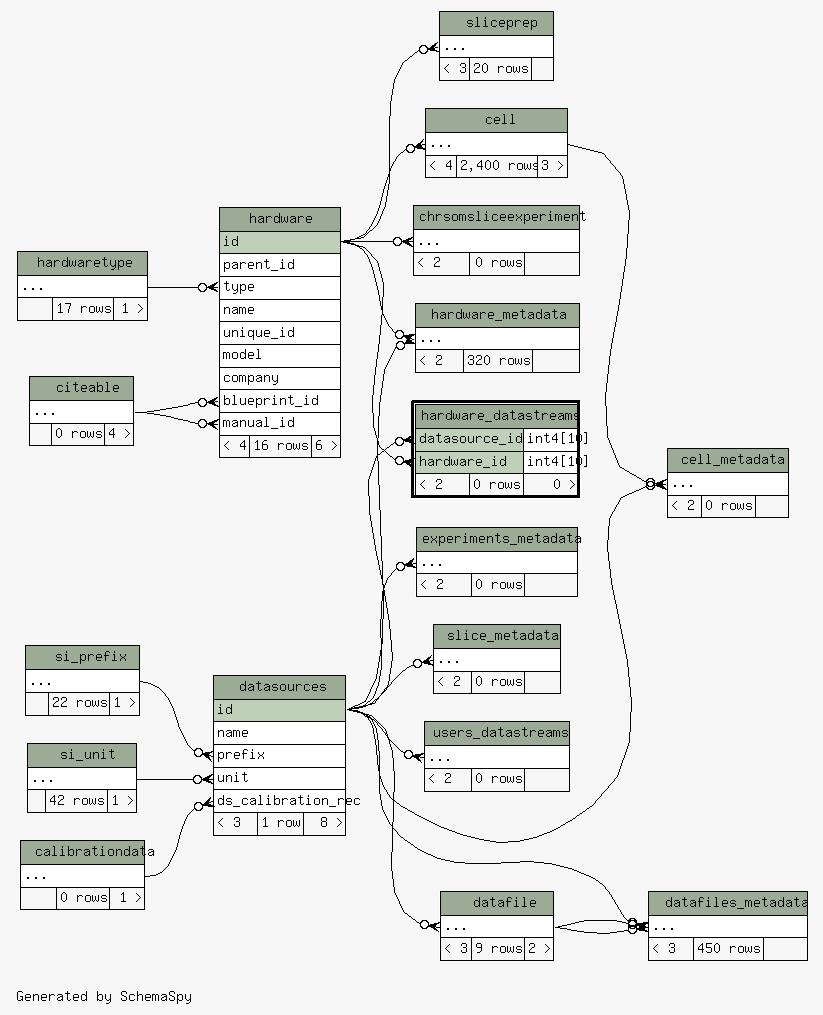
tgbugs/mlab keeps this Graphviz diagram as database/ss/diagrams/hardware_datastreams.2degrees.png. Above is the earlier version. Its source is kept beside it as database/ss/diagrams/hardware_datastreams.2degrees.dot.
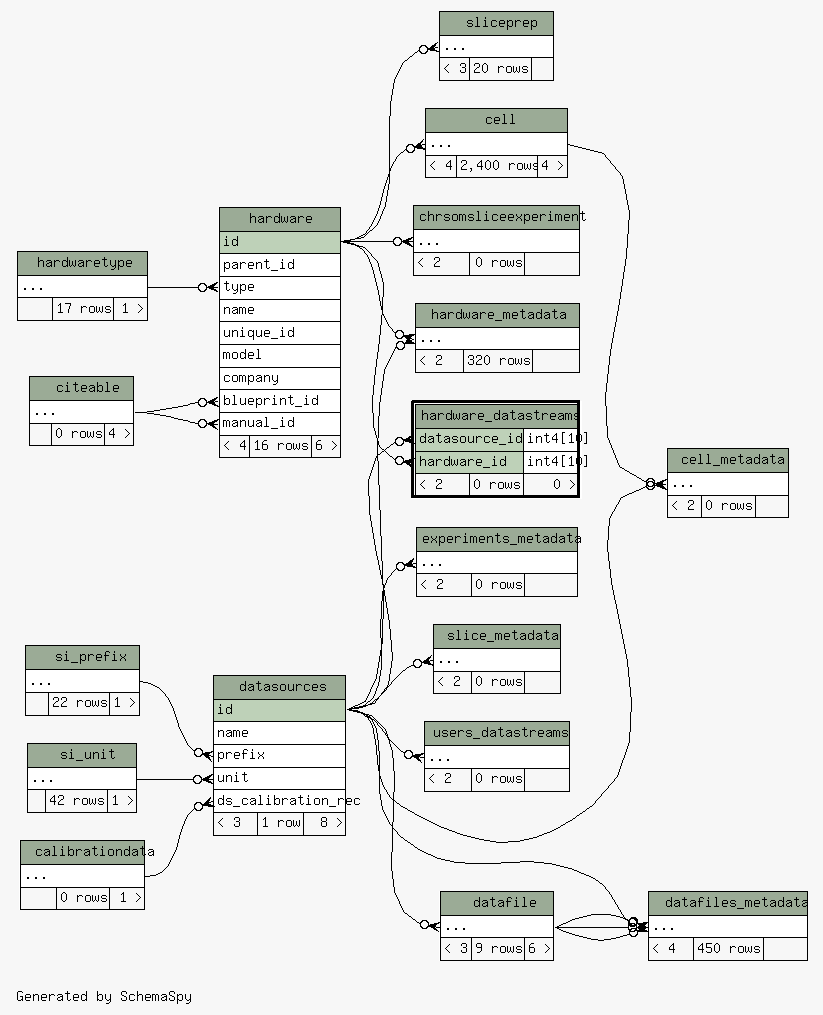
After the commit.

What changed in the source:
```diff
@@ -23,6 +23,7 @@
   "chrsomsliceexperiment":"elipses":w -> "hardware":"id":e [arrowhead=none dir=back arrowtail=crowodot];
   "datafile":"elipses":w -> "datasources":"id":e [arrowhead=none dir=back arrowtail=crowodot];
   "datafiles_metadata":"elipses":w -> "datasources":"id":e [arrowhead=none dir=back arrowtail=crowodot];
+  "datafiles_metadata":"elipses":w -> "datafile":"elipses":e [arrowhead=none dir=back arrowtail=crowodot];
   "datafiles_metadata":"elipses":w -> "datafile":"elipses":e [arrowhead=none dir=back arrowtail=crowodot];
   "datafiles_metadata":"elipses":w -> "datafile":"elipses":e [arrowhead=none dir=back arrowtail=crowodot];
   "datasources":"ds_calibration_rec":w -> "calibrationdata":"elipses":e [arrowhead=none dir=back arrowtail=crowodot];
@@ -54,7 +55,7 @@
     <TABLE BORDER="0" CELLBORDER="1" CELLSPACING="0" BGCOLOR="#ffffff">
       <TR><TD COLSPAN="3" BGCOLOR="#9bab96" ALIGN="CENTER">cell</TD></TR>
       <TR><TD PORT="elipses" COLSPAN="3" ALIGN="LEFT">...</TD></TR>
-      <TR><TD ALIGN="LEFT" BGCOLOR="#f7f7f7">&lt; 4</TD><TD ALIGN="RIGHT" BGCOLOR="#f7f7f7">2,400 rows</TD><TD ALIGN="RIGHT" BGCOLOR="#f7f7f7">3 &gt;</TD></TR>
+      <TR><TD ALIGN="LEFT" BGCOLOR="#f7f7f7">&lt; 4</TD><TD ALIGN="RIGHT" BGCOLOR="#f7f7f7">2,400 rows</TD><TD ALIGN="RIGHT" BGCOLOR="#f7f7f7">4 &gt;</TD></TR>
     </TABLE>>
     URL="cell.html"
     tooltip="cell"
@@ -94,7 +95,7 @@
     <TABLE BORDER="0" CELLBORDER="1" CELLSPACING="0" BGCOLOR="#ffffff">
       <TR><TD COLSPAN="3" BGCOLOR="#9bab96" ALIGN="CENTER">datafile</TD></TR>
       <TR><TD PORT="elipses" COLSPAN="3" ALIGN="LEFT">...</TD></TR>
-      <TR><TD ALIGN="LEFT" BGCOLOR="#f7f7f7">&lt; 3</TD><TD ALIGN="RIGHT" BGCOLOR="#f7f7f7">9 rows</TD><TD ALIGN="RIGHT" BGCOLOR="#f7f7f7">2 &gt;</TD></TR>
+      <TR><TD ALIGN="LEFT" BGCOLOR="#f7f7f7">&lt; 3</TD><TD ALIGN="RIGHT" BGCOLOR="#f7f7f7">9 rows</TD><TD ALIGN="RIGHT" BGCOLOR="#f7f7f7">6 &gt;</TD></TR>
     </TABLE>>
     URL="datafile.html"
     tooltip="datafile"
@@ -104,7 +105,7 @@
     <TABLE BORDER="0" CELLBORDER="1" CELLSPACING="0" BGCOLOR="#ffffff">
       <TR><TD COLSPAN="3" BGCOLOR="#9bab96" ALIGN="CENTER">datafiles_metadata</TD></TR>
       <TR><TD PORT="elipses" COLSPAN="3" ALIGN="LEFT">...</TD></TR>
-      <TR><TD ALIGN="LEFT" BGCOLOR="#f7f7f7">&lt; 3</TD><TD ALIGN="RIGHT" BGCOLOR="#f7f7f7">450 rows</TD><TD ALIGN="RIGHT" BGCOLOR="#f7f7f7">  </TD></TR>
+      <TR><TD ALIGN="LEFT" BGCOLOR="#f7f7f7">&lt; 4</TD><TD ALIGN="RIGHT" BGCOLOR="#f7f7f7">450 rows</TD><TD ALIGN="RIGHT" BGCOLOR="#f7f7f7">  </TD></TR>
     </TABLE>>
     URL="datafiles_metadata.html"
     tooltip="datafiles_metadata"
```
